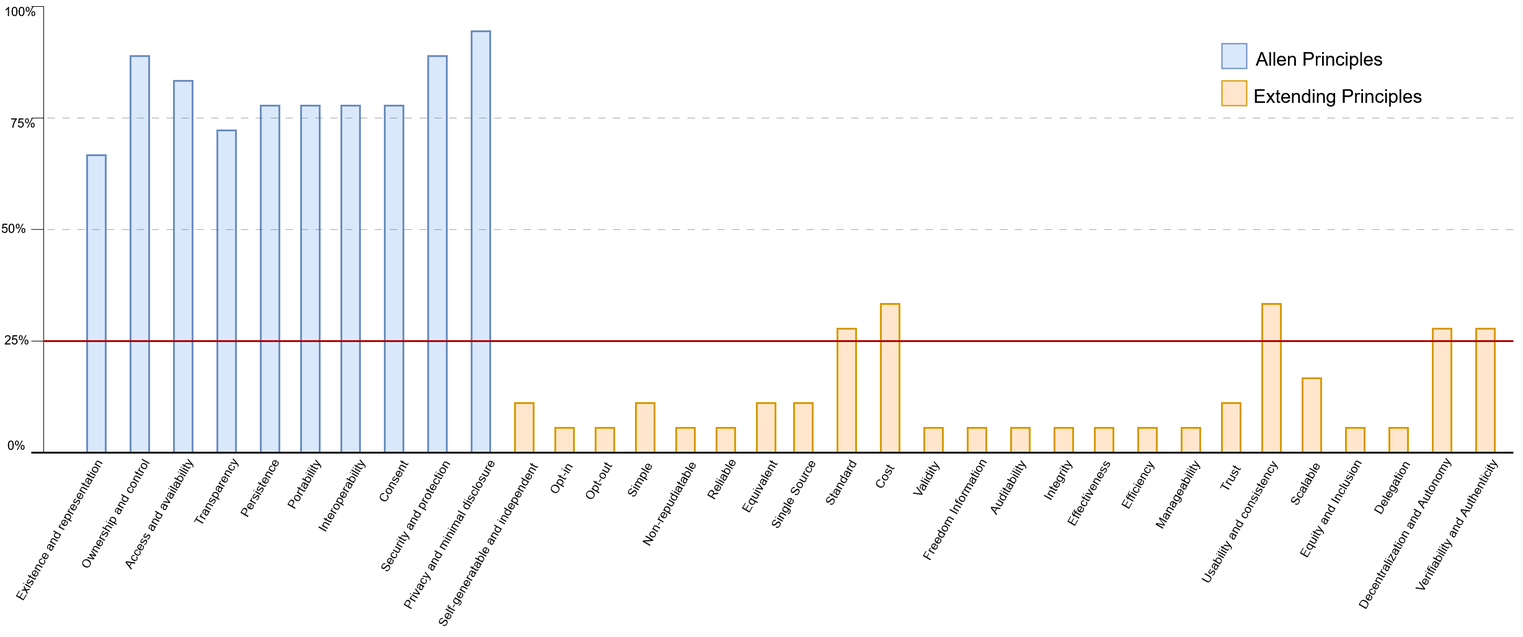
This is definition/images/principles_selection/Principles_selection.png from cristianlepore/Self-Sovereign-Identity, a draw.io export, as it was before one commit. Source tidied: cells renumbered, new cells last; positions are measured from the earlier drawing's top-left corner, leaving out a move shared by most shapes.
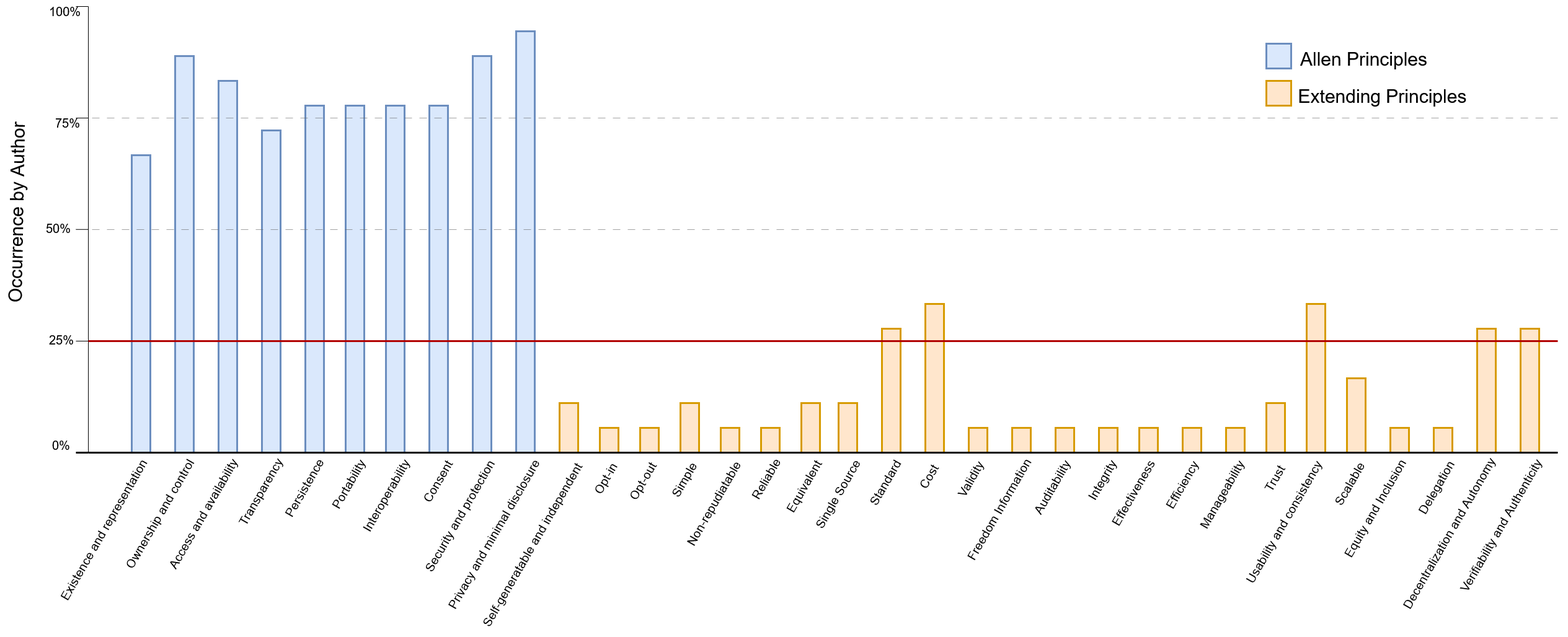
After the change.

What changed in the source:
```diff
@@ -263,13 +263,13 @@
         <mxPoint x="110" y="730" as="targetPoint" />
       </mxGeometry>
     </mxCell>
-    <mxCell id="82" style="rounded=0;whiteSpace=wrap;html=1;fillColor=#dae8fc;strokeColor=#6c8ebf;strokeWidth=2;" parent="1" vertex="1">
+    <mxCell id="82" style="rounded=0;whiteSpace=wrap;html=1;fillColor=#dae8fc;strokeColor=#6c8ebf;strokeWidth=3;" parent="1" vertex="1">
       <mxGeometry x="2010" y="70" width="40" height="40" as="geometry" />
     </mxCell>
     <mxCell id="83" value="Allen Principles" style="text;whiteSpace=wrap;align=center;fontSize=30;" parent="1" vertex="1">
       <mxGeometry x="2050" y="70" width="235" height="40" as="geometry" />
     </mxCell>
-    <mxCell id="84" style="rounded=0;whiteSpace=wrap;html=1;fillColor=#ffe6cc;strokeColor=#d79b00;strokeWidth=2;" parent="1" vertex="1">
+    <mxCell id="84" style="rounded=0;whiteSpace=wrap;html=1;fillColor=#ffe6cc;strokeColor=#d79b00;strokeWidth=3;" parent="1" vertex="1">
       <mxGeometry x="2010" y="130" width="40" height="40" as="geometry" />
     </mxCell>
     <mxCell id="85" value="Extending Principles" style="text;whiteSpace=wrap;align=center;fontSize=30;" parent="1" vertex="1">
@@ -293,5 +293,8 @@
         <mxPoint x="110" y="190" as="targetPoint" />
       </mxGeometry>
     </mxCell>
+    <mxCell id="89" value="&lt;font style=&quot;font-size: 30px;&quot;&gt;Occurrence by Author&lt;/font&gt;" style="text;whiteSpace=wrap;html=1;rotation=-89;opacity=90;" parent="1" vertex="1">
+      <mxGeometry x="-160" y="300" width="320" height="60" as="geometry" />
+    </mxCell>
   </root>
 </mxGraphModel>
```
